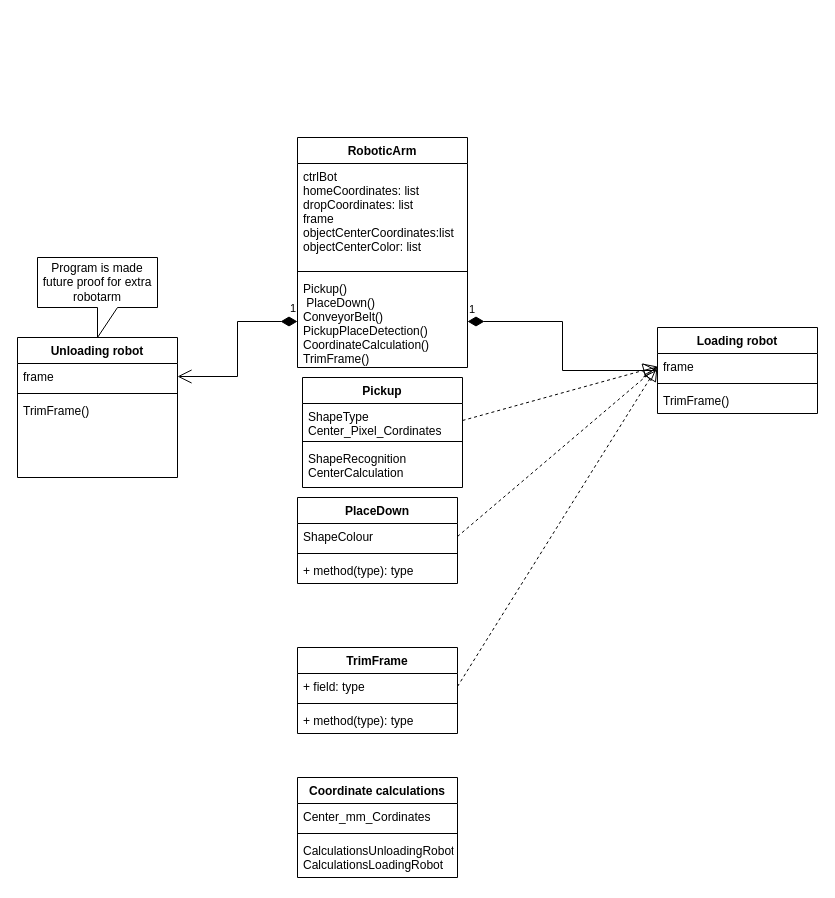
The draw.io diagram Class diagram.drawio in WinnenVanB2IsBelangrijkerDanMeedoen/EndAssigmentMain-SDA3, before the edit. Source tidied: cells renumbered, new cells numbered last; positions are measured from the earlier drawing's top-left corner, leaving out a move shared by most shapes. Both pictures are drawn from the tidied source at 100%, with x=0, y=0 at pixel (17, 137).
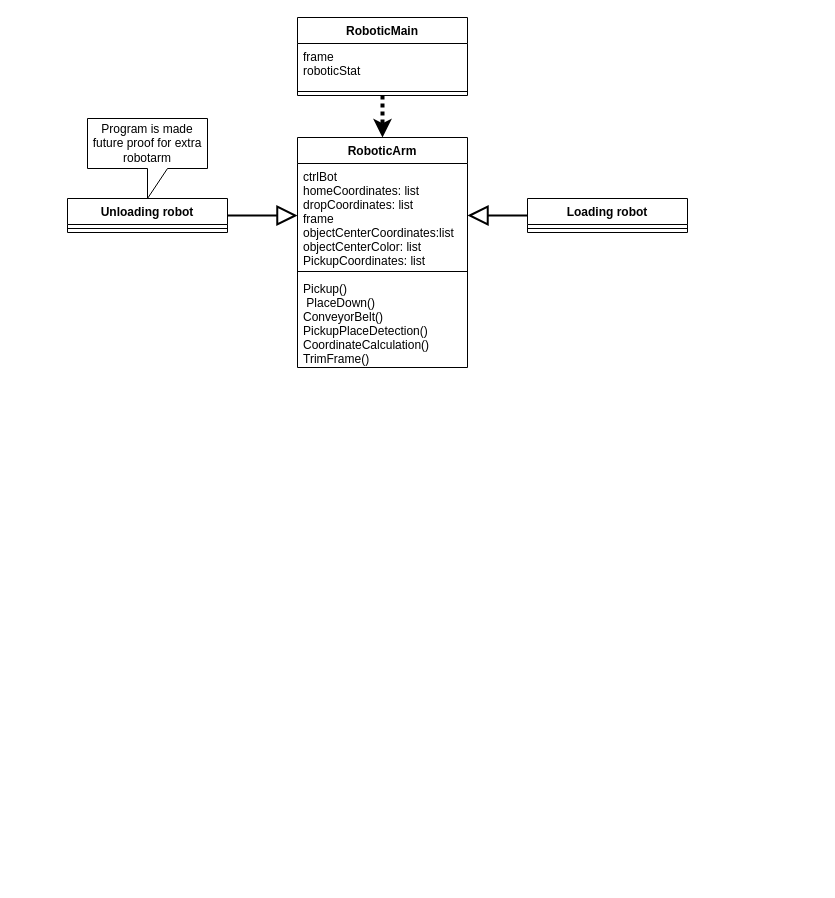
The same page after the edit.

Commit message:
BING BONG CLASSE DIAGRAM GEFIXED

Unchanged cells that the change refers to:
```xml
<mxCell id="2" value="RoboticArm" style="swimlane;fontStyle=1;align=center;verticalAlign=top;horizontal=1;startSize=26;" parent="1" vertex="1">
  <mxGeometry x="280" width="170" height="230" as="geometry" />
</mxCell>
<mxCell id="5" value="Pickup()&#10; PlaceDown()&#10;ConveyorBelt()&#10;PickupPlaceDetection()&#10;CoordinateCalculation()&#10;TrimFrame()&#10;" style="text;strokeColor=none;fillColor=none;align=left;verticalAlign=top;spacingLeft=4;spacingRight=4;overflow=hidden;points=[[0,0.5],[1,0.5]];portConstraint=eastwest;" parent="2" vertex="1">
  <mxGeometry y="138" width="170" height="92" as="geometry" />
</mxCell>
```

What changed in the source:
```diff
@@
-    <mxCell id="3" value="ctrlBot&#10;homeCoordinates: list&#10;dropCoordinates: list&#10;frame&#10;objectCenterCoordinates:list&#10;objectCenterColor: list&#10;&#10;&#10;" style="text;strokeColor=none;fillColor=none;align=left;verticalAlign=top;spacingLeft=4;spacingRight=4;overflow=hidden;points=[[0,0.5],[1,0.5]];portConstraint=eastwest;" parent="2" vertex="1">
+    <mxCell id="3" value="ctrlBot&#10;homeCoordinates: list&#10;dropCoordinates: list&#10;frame&#10;objectCenterCoordinates:list&#10;objectCenterColor: list&#10;PickupCoordinates: list&#10;&#10;&#10;" style="text;strokeColor=none;fillColor=none;align=left;verticalAlign=top;spacingLeft=4;spacingRight=4;overflow=hidden;points=[[0,0.5],[1,0.5]];portConstraint=eastwest;" parent="2" vertex="1">
       <mxGeometry y="26" width="170" height="104" as="geometry" />
     </mxCell>
@@
-    <mxCell id="6" value="PlaceDown" style="swimlane;fontStyle=1;align=center;verticalAlign=top;horizontal=1;startSize=26;" parent="1" vertex="1">
-      <mxGeometry x="280" y="360" width="160" height="86" as="geometry" />
-    </mxCell>
-    <mxCell id="7" value="ShapeColour" style="text;strokeColor=none;fillColor=none;align=left;verticalAlign=top;spacingLeft=4;spacingRight=4;overflow=hidden;points=[[0,0.5],[1,0.5]];portConstraint=eastwest;" parent="6" vertex="1">
-      <mxGeometry y="26" width="160" height="26" as="geometry" />
-    </mxCell>
-    <mxCell id="8" style="line;strokeWidth=1;fillColor=none;align=left;verticalAlign=middle;spacingTop=-1;spacingLeft=3;spacingRight=3;labelPosition=right;strokeColor=inherit;" parent="6" vertex="1">
-      <mxGeometry y="52" width="160" height="8" as="geometry" />
-    </mxCell>
-    <mxCell id="9" value="+ method(type): type" style="text;strokeColor=none;fillColor=none;align=left;verticalAlign=top;spacingLeft=4;spacingRight=4;overflow=hidden;" parent="6" vertex="1">
-      <mxGeometry y="60" width="160" height="26" as="geometry" />
-    </mxCell>
-    <mxCell id="10" value="Pickup" style="swimlane;fontStyle=1;align=center;verticalAlign=top;horizontal=1;startSize=26;flipH=1;" parent="1" vertex="1">
-      <mxGeometry x="285" y="240" width="160" height="110" as="geometry" />
-    </mxCell>
-    <mxCell id="11" value="ShapeType&#10;Center_Pixel_Cordinates" style="text;strokeColor=none;fillColor=none;align=left;verticalAlign=top;spacingLeft=4;spacingRight=4;overflow=hidden;points=[[0,0.5],[1,0.5]];portConstraint=eastwest;" parent="10" vertex="1">
-      <mxGeometry y="26" width="160" height="34" as="geometry" />
-    </mxCell>
-    <mxCell id="12" style="line;strokeWidth=1;fillColor=none;align=left;verticalAlign=middle;spacingTop=-1;spacingLeft=3;spacingRight=3;labelPosition=right;strokeColor=inherit;" parent="10" vertex="1">
-      <mxGeometry y="60" width="160" height="8" as="geometry" />
-    </mxCell>
-    <mxCell id="13" value="ShapeRecognition&#10;CenterCalculation" style="text;strokeColor=none;fillColor=none;align=left;verticalAlign=top;spacingLeft=4;spacingRight=4;overflow=hidden;" parent="10" vertex="1">
-      <mxGeometry y="68" width="160" height="42" as="geometry" />
-    </mxCell>
-    <mxCell id="14" value="TrimFrame" style="swimlane;fontStyle=1;align=center;verticalAlign=top;horizontal=1;startSize=26;" parent="1" vertex="1">
-      <mxGeometry x="280" y="510" width="160" height="86" as="geometry" />
-    </mxCell>
-    <mxCell id="15" value="+ field: type" style="text;strokeColor=none;fillColor=none;align=left;verticalAlign=top;spacingLeft=4;spacingRight=4;overflow=hidden;points=[[0,0.5],[1,0.5]];portConstraint=eastwest;" parent="14" vertex="1">
-      <mxGeometry y="26" width="160" height="26" as="geometry" />
-    </mxCell>
-    <mxCell id="16" style="line;strokeWidth=1;fillColor=none;align=left;verticalAlign=middle;spacingTop=-1;spacingLeft=3;spacingRight=3;labelPosition=right;strokeColor=inherit;" parent="14" vertex="1">
-      <mxGeometry y="52" width="160" height="8" as="geometry" />
-    </mxCell>
-    <mxCell id="17" value="+ method(type): type" style="text;strokeColor=none;fillColor=none;align=left;verticalAlign=top;spacingLeft=4;spacingRight=4;overflow=hidden;" parent="14" vertex="1">
-      <mxGeometry y="60" width="160" height="26" as="geometry" />
-    </mxCell>
-    <mxCell id="18" style="edgeStyle=elbowEdgeStyle;rounded=0;orthogonalLoop=1;jettySize=auto;elbow=vertical;html=1;entryX=-0.002;entryY=0.9;entryDx=0;entryDy=0;entryPerimeter=0;" parent="14" edge="1" source="15" target="15">
-      <mxGeometry relative="1" as="geometry" />
-    </mxCell>
+    <mxCell id="38" style="edgeStyle=orthogonalEdgeStyle;rounded=0;jettySize=auto;html=1;strokeWidth=2;endSize=16;startSize=16;endArrow=block;endFill=0;" parent="1" edge="1" source="19" target="3">
+      <mxGeometry relative="1" as="geometry" />
+    </mxCell>
     <mxCell id="19" value="Loading robot" style="swimlane;fontStyle=1;align=center;verticalAlign=top;horizontal=1;startSize=26;flipH=1;" parent="1" vertex="1">
-      <mxGeometry x="640" y="190" width="160" height="86" as="geometry" />
+      <mxGeometry x="510" y="61" width="160" height="34" as="geometry" />
     </mxCell>
-    <mxCell id="20" value="frame" style="text;strokeColor=none;fillColor=none;align=left;verticalAlign=top;spacingLeft=4;spacingRight=4;overflow=hidden;points=[[0,0.5],[1,0.5]];portConstraint=eastwest;" parent="19" vertex="1">
-      <mxGeometry y="26" width="160" height="26" as="geometry" />
-    </mxCell>
     <mxCell id="21" style="line;strokeWidth=1;fillColor=none;align=left;verticalAlign=middle;spacingTop=-1;spacingLeft=3;spacingRight=3;labelPosition=right;strokeColor=inherit;" parent="19" vertex="1">
-      <mxGeometry y="52" width="160" height="8" as="geometry" />
+      <mxGeometry y="26" width="160" height="8" as="geometry" />
     </mxCell>
-    <mxCell id="22" value="TrimFrame()" style="text;strokeColor=none;fillColor=none;align=left;verticalAlign=top;spacingLeft=4;spacingRight=4;overflow=hidden;" parent="19" vertex="1">
-      <mxGeometry y="60" width="160" height="26" as="geometry" />
-    </mxCell>
@@
-    <mxCell id="24" style="endArrow=block;dashed=1;endFill=0;endSize=12;html=1;rounded=0;elbow=vertical;exitX=1;exitY=0.5;exitDx=0;exitDy=0;entryX=0;entryY=0.5;entryDx=0;entryDy=0;" parent="1" edge="1" source="11" target="20">
-      <mxGeometry relative="1" as="geometry" />
-    </mxCell>
-    <mxCell id="25" style="endArrow=block;dashed=1;endFill=0;endSize=12;html=1;rounded=0;elbow=vertical;exitX=1;exitY=0.5;exitDx=0;exitDy=0;entryX=0;entryY=0.5;entryDx=0;entryDy=0;" parent="1" edge="1" source="7" target="20">
-      <mxGeometry relative="1" as="geometry" />
-    </mxCell>
-    <mxCell id="26" style="endArrow=block;dashed=1;endFill=0;endSize=12;html=1;rounded=0;elbow=vertical;exitX=1;exitY=0.5;exitDx=0;exitDy=0;entryX=0;entryY=0.5;entryDx=0;entryDy=0;" parent="1" edge="1" source="15" target="20">
-      <mxGeometry relative="1" as="geometry" />
-    </mxCell>
-    <mxCell id="27" value="Coordinate calculations" style="swimlane;fontStyle=1;align=center;verticalAlign=top;horizontal=1;startSize=26;" parent="1" vertex="1">
-      <mxGeometry x="280" y="640" width="160" height="100" as="geometry" />
-    </mxCell>
-    <mxCell id="28" value="Center_mm_Cordinates" style="text;strokeColor=none;fillColor=none;align=left;verticalAlign=top;spacingLeft=4;spacingRight=4;overflow=hidden;" parent="27" vertex="1">
-      <mxGeometry y="26" width="160" height="26" as="geometry" />
-    </mxCell>
-    <mxCell id="29" style="line;strokeWidth=1;fillColor=none;align=left;verticalAlign=middle;spacingTop=-1;spacingLeft=3;spacingRight=3;labelPosition=right;strokeColor=inherit;" parent="27" vertex="1">
-      <mxGeometry y="52" width="160" height="8" as="geometry" />
-    </mxCell>
-    <mxCell id="30" value="CalculationsUnloadingRobot&#10;CalculationsLoadingRobot" style="text;strokeColor=none;fillColor=none;align=left;verticalAlign=top;spacingLeft=4;spacingRight=4;overflow=hidden;" parent="27" vertex="1">
-      <mxGeometry y="60" width="160" height="40" as="geometry" />
-    </mxCell>
-    <mxCell id="31" value="1" style="endArrow=open;html=1;endSize=12;startArrow=diamondThin;startSize=14;startFill=1;edgeStyle=orthogonalEdgeStyle;align=left;verticalAlign=bottom;rounded=0;exitX=1;exitY=0.5;exitDx=0;exitDy=0;" parent="1" edge="1" source="5" target="19">
-      <mxGeometry x="-1" y="3" relative="1" as="geometry" />
-    </mxCell>
     <mxCell id="32" value="Unloading robot" style="swimlane;fontStyle=1;align=center;verticalAlign=top;horizontal=1;startSize=26;flipH=1;" parent="1" vertex="1">
-      <mxGeometry y="200" width="160" height="140" as="geometry" />
+      <mxGeometry x="50" y="61" width="160" height="34" as="geometry" />
     </mxCell>
-    <mxCell id="33" value="frame" style="text;strokeColor=none;fillColor=none;align=left;verticalAlign=top;spacingLeft=4;spacingRight=4;overflow=hidden;points=[[0,0.5],[1,0.5]];portConstraint=eastwest;" parent="32" vertex="1">
-      <mxGeometry y="26" width="160" height="26" as="geometry" />
-    </mxCell>
     <mxCell id="34" style="line;strokeWidth=1;fillColor=none;align=left;verticalAlign=middle;spacingTop=-1;spacingLeft=3;spacingRight=3;labelPosition=right;strokeColor=inherit;" parent="32" vertex="1">
-      <mxGeometry y="52" width="160" height="8" as="geometry" />
+      <mxGeometry y="26" width="160" height="8" as="geometry" />
     </mxCell>
-    <mxCell id="35" value="TrimFrame()" style="text;strokeColor=none;fillColor=none;align=left;verticalAlign=top;spacingLeft=4;spacingRight=4;overflow=hidden;" parent="32" vertex="1">
-      <mxGeometry y="60" width="160" height="80" as="geometry" />
-    </mxCell>
-    <mxCell id="36" value="1" style="endArrow=open;html=1;endSize=12;startArrow=diamondThin;startSize=14;startFill=1;edgeStyle=orthogonalEdgeStyle;align=left;verticalAlign=bottom;rounded=0;entryX=1;entryY=0.5;entryDx=0;entryDy=0;exitX=0;exitY=0.5;exitDx=0;exitDy=0;" parent="1" edge="1" source="5" target="33">
-      <mxGeometry x="-0.9" y="-4" relative="1" as="geometry" />
-    </mxCell>
     <mxCell id="37" value="Program is made future proof for extra robotarm" style="shape=callout;whiteSpace=wrap;html=1;perimeter=calloutPerimeter;" parent="1" vertex="1">
-      <mxGeometry x="20" y="120" width="120" height="80" as="geometry" />
+      <mxGeometry x="70" y="-19" width="120" height="80" as="geometry" />
     </mxCell>
+    <mxCell id="39" value="RoboticMain" style="swimlane;fontStyle=1;align=center;verticalAlign=top;horizontal=1;startSize=26;" parent="1" vertex="1">
+      <mxGeometry x="280" y="-120" width="170" height="78" as="geometry" />
+    </mxCell>
+    <mxCell id="40" value="frame&#10;roboticStat" style="text;strokeColor=none;fillColor=none;align=left;verticalAlign=top;spacingLeft=4;spacingRight=4;overflow=hidden;" parent="39" vertex="1">
+      <mxGeometry y="26" width="170" height="44" as="geometry" />
+    </mxCell>
+    <mxCell id="41" style="line;strokeWidth=1;fillColor=none;align=left;verticalAlign=middle;spacingTop=-1;spacingLeft=3;spacingRight=3;labelPosition=right;strokeColor=inherit;" parent="39" vertex="1">
+      <mxGeometry y="70" width="170" height="8" as="geometry" />
+    </mxCell>
+    <mxCell id="42" style="endArrow=classic;html=1;rounded=0;exitX=0.5;exitY=1;exitDx=0;exitDy=0;entryX=0.5;entryY=0;entryDx=0;entryDy=0;dashed=1;strokeWidth=4;dashPattern=1 1;" parent="1" edge="1" source="39" target="2">
+      <mxGeometry relative="1" as="geometry" />
+    </mxCell>
+    <mxCell id="43" style="endArrow=block;html=1;rounded=0;exitX=1;exitY=0.5;exitDx=0;exitDy=0;entryX=0;entryY=0.5;entryDx=0;entryDy=0;strokeWidth=2;endSize=16;startSize=16;endFill=0;" parent="1" edge="1" source="32" target="3">
+      <mxGeometry relative="1" as="geometry" />
+    </mxCell>
```
